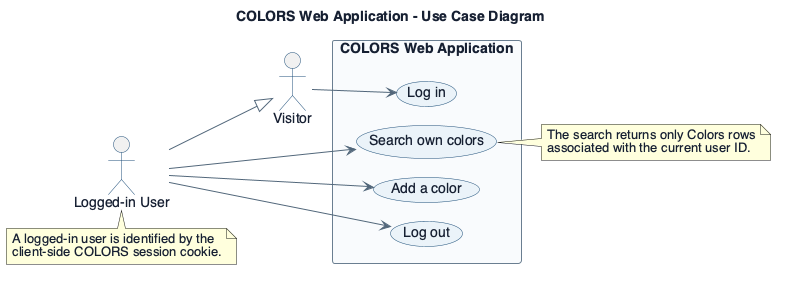
Above: docs/uml/usecase.png in ChrisH0125/colors-lamp (PlantUML), before the change.
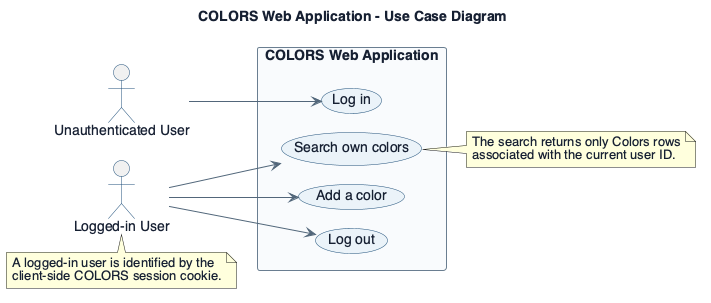
Above is the later version.

Commit message:
docs: add COLORS class diagram and UML guide

The edit, as a diff of the source:
```diff
@@ -22,10 +22,8 @@
   BorderColor #6B7F90
 }
 
-actor Visitor
+actor "Unauthenticated User" as Visitor
 actor "Logged-in User" as LoggedInUser
-
-LoggedInUser --|> Visitor
 
 rectangle "COLORS Web Application" {
   usecase "Log in" as UC_Login
```
